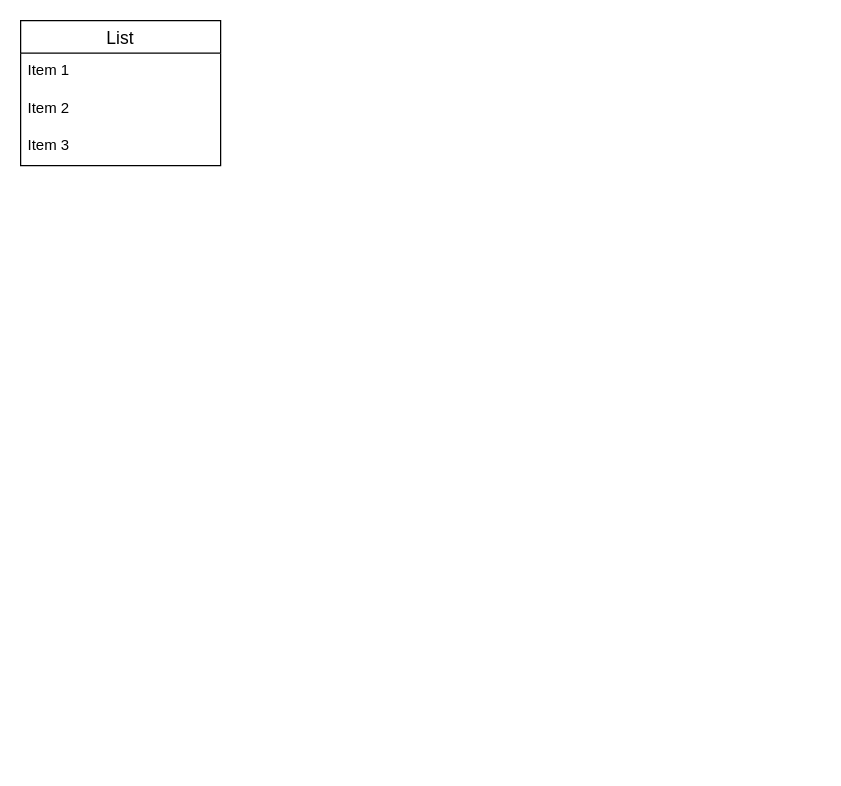
syun2654/furima-35916 keeps this draw.io diagram as database.dio. Above is the earlier version. Source tidied: cells renumbered, new cells numbered last; positions are measured from the earlier drawing's top-left corner, leaving out a move shared by most shapes. Both pictures are drawn from the tidied source at 125%, with x=0, y=0 at pixel (20, 20).
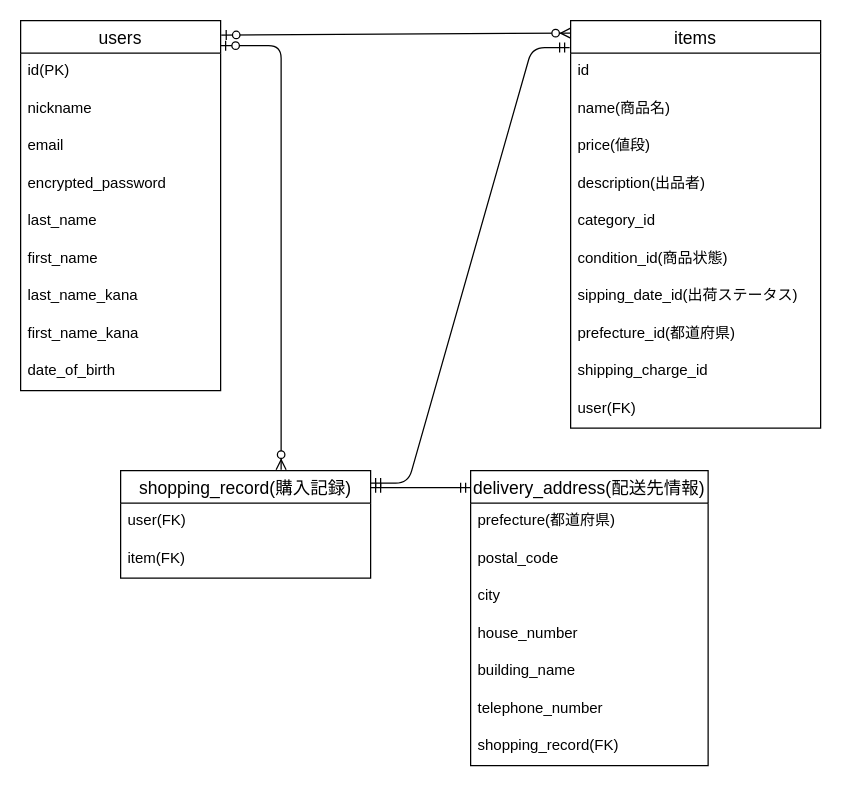
The same page after the edit.

Diff of the diagram source:
```diff
@@
-    <mxCell id="2" value="List" style="swimlane;fontStyle=0;horizontal=1;startSize=26;align=center;fontSize=14;" parent="1" vertex="1">
-      <mxGeometry width="160" height="116" as="geometry" />
+    <mxCell id="2" value="users" style="swimlane;fontStyle=0;horizontal=1;startSize=26;align=center;fontSize=14;" parent="1" vertex="1">
+      <mxGeometry width="160" height="296" as="geometry" />
     </mxCell>
+    <mxCell id="6" style="fontSize=12;html=1;endArrow=ERzeroToMany;startArrow=ERzeroToOne;entryX=0.642;entryY=-0.009;entryDx=0;entryDy=0;entryPerimeter=0;edgeStyle=orthogonalEdgeStyle;" parent="2" edge="1" target="24">
+      <mxGeometry relative="1" as="geometry">
+        <mxPoint x="160" y="20" as="sourcePoint" />
+        <Array as="points">
+          <mxPoint x="208" y="20" />
+        </Array>
+      </mxGeometry>
+    </mxCell>
-    <mxCell id="3" value="Item 1" style="text;strokeColor=none;fillColor=none;spacingLeft=4;spacingRight=4;overflow=hidden;fontSize=12;" parent="2" vertex="1">
+    <mxCell id="3" value="id(PK)" style="text;strokeColor=none;fillColor=none;spacingLeft=4;spacingRight=4;overflow=hidden;fontSize=12;" parent="2" vertex="1">
       <mxGeometry y="26" width="160" height="30" as="geometry" />
     </mxCell>
-    <mxCell id="4" value="Item 2" style="text;strokeColor=none;fillColor=none;spacingLeft=4;spacingRight=4;overflow=hidden;fontSize=12;" parent="2" vertex="1">
+    <mxCell id="4" value="nickname" style="text;strokeColor=none;fillColor=none;spacingLeft=4;spacingRight=4;overflow=hidden;fontSize=12;" parent="2" vertex="1">
       <mxGeometry y="56" width="160" height="30" as="geometry" />
     </mxCell>
-    <mxCell id="5" value="Item 3" style="text;strokeColor=none;fillColor=none;spacingLeft=4;spacingRight=4;overflow=hidden;fontSize=12;" parent="2" vertex="1">
+    <mxCell id="5" value="email" style="text;strokeColor=none;fillColor=none;spacingLeft=4;spacingRight=4;overflow=hidden;fontSize=12;" parent="2" vertex="1">
       <mxGeometry y="86" width="160" height="30" as="geometry" />
     </mxCell>
+    <mxCell id="7" value="encrypted_password" style="text;strokeColor=none;fillColor=none;spacingLeft=4;spacingRight=4;overflow=hidden;fontSize=12;" parent="2" vertex="1">
+      <mxGeometry y="116" width="160" height="30" as="geometry" />
+    </mxCell>
+    <mxCell id="8" value="last_name" style="text;strokeColor=none;fillColor=none;spacingLeft=4;spacingRight=4;overflow=hidden;fontSize=12;" parent="2" vertex="1">
+      <mxGeometry y="146" width="160" height="30" as="geometry" />
+    </mxCell>
+    <mxCell id="9" value="first_name" style="text;strokeColor=none;fillColor=none;spacingLeft=4;spacingRight=4;overflow=hidden;fontSize=12;" parent="2" vertex="1">
+      <mxGeometry y="176" width="160" height="30" as="geometry" />
+    </mxCell>
+    <mxCell id="10" value="last_name_kana" style="text;strokeColor=none;fillColor=none;spacingLeft=4;spacingRight=4;overflow=hidden;fontSize=12;" parent="2" vertex="1">
+      <mxGeometry y="206" width="160" height="30" as="geometry" />
+    </mxCell>
+    <mxCell id="11" value="first_name_kana" style="text;strokeColor=none;fillColor=none;spacingLeft=4;spacingRight=4;overflow=hidden;fontSize=12;" parent="2" vertex="1">
+      <mxGeometry y="236" width="160" height="30" as="geometry" />
+    </mxCell>
+    <mxCell id="12" value="date_of_birth" style="text;strokeColor=none;fillColor=none;spacingLeft=4;spacingRight=4;overflow=hidden;fontSize=12;" parent="2" vertex="1">
+      <mxGeometry y="266" width="160" height="30" as="geometry" />
+    </mxCell>
+    <mxCell id="13" value="items" style="swimlane;fontStyle=0;horizontal=1;startSize=26;align=center;fontSize=14;" parent="1" vertex="1">
+      <mxGeometry x="440" width="200" height="326" as="geometry" />
+    </mxCell>
+    <mxCell id="14" value="id" style="text;strokeColor=none;fillColor=none;spacingLeft=4;spacingRight=4;overflow=hidden;fontSize=12;" parent="13" vertex="1">
+      <mxGeometry y="26" width="200" height="30" as="geometry" />
+    </mxCell>
+    <mxCell id="15" value="name(商品名)" style="text;strokeColor=none;fillColor=none;spacingLeft=4;spacingRight=4;overflow=hidden;fontSize=12;" parent="13" vertex="1">
+      <mxGeometry y="56" width="200" height="30" as="geometry" />
+    </mxCell>
+    <mxCell id="16" value="price(値段)" style="text;strokeColor=none;fillColor=none;spacingLeft=4;spacingRight=4;overflow=hidden;fontSize=12;" parent="13" vertex="1">
+      <mxGeometry y="86" width="200" height="30" as="geometry" />
+    </mxCell>
+    <mxCell id="17" value="description(出品者)" style="text;strokeColor=none;fillColor=none;spacingLeft=4;spacingRight=4;overflow=hidden;fontSize=12;" parent="13" vertex="1">
+      <mxGeometry y="116" width="200" height="30" as="geometry" />
+    </mxCell>
+    <mxCell id="18" value="category_id" style="text;strokeColor=none;fillColor=none;spacingLeft=4;spacingRight=4;overflow=hidden;fontSize=12;" parent="13" vertex="1">
+      <mxGeometry y="146" width="200" height="30" as="geometry" />
+    </mxCell>
+    <mxCell id="19" value="condition_id(商品状態)" style="text;strokeColor=none;fillColor=none;spacingLeft=4;spacingRight=4;overflow=hidden;fontSize=12;" parent="13" vertex="1">
+      <mxGeometry y="176" width="200" height="30" as="geometry" />
+    </mxCell>
+    <mxCell id="20" value="sipping_date_id(出荷ステータス)" style="text;strokeColor=none;fillColor=none;spacingLeft=4;spacingRight=4;overflow=hidden;fontSize=12;" parent="13" vertex="1">
+      <mxGeometry y="206" width="200" height="30" as="geometry" />
+    </mxCell>
+    <mxCell id="21" value="prefecture_id(都道府県)" style="text;strokeColor=none;fillColor=none;spacingLeft=4;spacingRight=4;overflow=hidden;fontSize=12;" parent="13" vertex="1">
+      <mxGeometry y="236" width="200" height="30" as="geometry" />
+    </mxCell>
+    <mxCell id="22" value="shipping_charge_id" style="text;strokeColor=none;fillColor=none;spacingLeft=4;spacingRight=4;overflow=hidden;fontSize=12;" parent="13" vertex="1">
+      <mxGeometry y="266" width="200" height="30" as="geometry" />
+    </mxCell>
+    <mxCell id="23" value="user(FK)" style="text;strokeColor=none;fillColor=none;spacingLeft=4;spacingRight=4;overflow=hidden;fontSize=12;" parent="13" vertex="1">
+      <mxGeometry y="296" width="200" height="30" as="geometry" />
+    </mxCell>
+    <mxCell id="24" value="shopping_record(購入記録)" style="swimlane;fontStyle=0;horizontal=1;startSize=26;align=center;fontSize=14;" parent="1" vertex="1">
+      <mxGeometry x="80" y="360" width="200" height="86" as="geometry" />
+    </mxCell>
+    <mxCell id="25" value="user(FK)" style="text;strokeColor=none;fillColor=none;spacingLeft=4;spacingRight=4;overflow=hidden;fontSize=12;" parent="24" vertex="1">
+      <mxGeometry y="26" width="200" height="30" as="geometry" />
+    </mxCell>
+    <mxCell id="26" value="item(FK)" style="text;strokeColor=none;fillColor=none;spacingLeft=4;spacingRight=4;overflow=hidden;fontSize=12;" parent="24" vertex="1">
+      <mxGeometry y="56" width="200" height="30" as="geometry" />
+    </mxCell>
+    <mxCell id="27" value="delivery_address(配送先情報)" style="swimlane;fontStyle=0;horizontal=1;startSize=26;align=center;fontSize=14;" parent="1" vertex="1">
+      <mxGeometry x="360" y="360" width="190" height="236" as="geometry" />
+    </mxCell>
+    <mxCell id="28" value="prefecture(都道府県)" style="text;strokeColor=none;fillColor=none;spacingLeft=4;spacingRight=4;overflow=hidden;fontSize=12;" parent="27" vertex="1">
+      <mxGeometry y="26" width="190" height="30" as="geometry" />
+    </mxCell>
+    <mxCell id="29" value="postal_code" style="text;strokeColor=none;fillColor=none;spacingLeft=4;spacingRight=4;overflow=hidden;fontSize=12;" parent="27" vertex="1">
+      <mxGeometry y="56" width="190" height="30" as="geometry" />
+    </mxCell>
+    <mxCell id="30" value="city" style="text;strokeColor=none;fillColor=none;spacingLeft=4;spacingRight=4;overflow=hidden;fontSize=12;" parent="27" vertex="1">
+      <mxGeometry y="86" width="190" height="30" as="geometry" />
+    </mxCell>
+    <mxCell id="31" value="house_number" style="text;strokeColor=none;fillColor=none;spacingLeft=4;spacingRight=4;overflow=hidden;fontSize=12;" parent="27" vertex="1">
+      <mxGeometry y="116" width="190" height="30" as="geometry" />
+    </mxCell>
+    <mxCell id="32" value="building_name" style="text;strokeColor=none;fillColor=none;spacingLeft=4;spacingRight=4;overflow=hidden;fontSize=12;" parent="27" vertex="1">
+      <mxGeometry y="146" width="190" height="30" as="geometry" />
+    </mxCell>
+    <mxCell id="33" value="telephone_number" style="text;strokeColor=none;fillColor=none;spacingLeft=4;spacingRight=4;overflow=hidden;fontSize=12;" parent="27" vertex="1">
+      <mxGeometry y="176" width="190" height="30" as="geometry" />
+    </mxCell>
+    <mxCell id="34" value="shopping_record(FK)" style="text;strokeColor=none;fillColor=none;spacingLeft=4;spacingRight=4;overflow=hidden;fontSize=12;" parent="27" vertex="1">
+      <mxGeometry y="206" width="190" height="30" as="geometry" />
+    </mxCell>
+    <mxCell id="35" style="fontSize=12;html=1;endArrow=ERzeroToMany;startArrow=ERzeroToOne;exitX=1.003;exitY=0.039;exitDx=0;exitDy=0;exitPerimeter=0;entryX=0;entryY=0.061;entryDx=0;entryDy=0;entryPerimeter=0;jumpSize=6;startSize=6;endSize=6;strokeWidth=1;" parent="1" edge="1" source="2">
+      <mxGeometry relative="1" as="geometry">
+        <mxPoint x="440" y="10" as="targetPoint" />
+      </mxGeometry>
+    </mxCell>
+    <mxCell id="36" style="edgeStyle=entityRelationEdgeStyle;fontSize=12;html=1;endArrow=ERmandOne;startArrow=ERmandOne;strokeWidth=1;jumpSize=6;exitX=1;exitY=0.159;exitDx=0;exitDy=0;exitPerimeter=0;entryX=0;entryY=0.058;entryDx=0;entryDy=0;entryPerimeter=0;" parent="1" edge="1" source="24" target="27">
+      <mxGeometry relative="1" as="geometry" />
+    </mxCell>
+    <mxCell id="37" style="edgeStyle=entityRelationEdgeStyle;fontSize=12;html=1;endArrow=ERmandOne;startArrow=ERmandOne;strokeWidth=1;jumpSize=6;exitX=1;exitY=0.116;exitDx=0;exitDy=0;exitPerimeter=0;entryX=-0.004;entryY=0.066;entryDx=0;entryDy=0;entryPerimeter=0;" parent="1" edge="1" source="24" target="13">
+      <mxGeometry relative="1" as="geometry" />
+    </mxCell>
```
